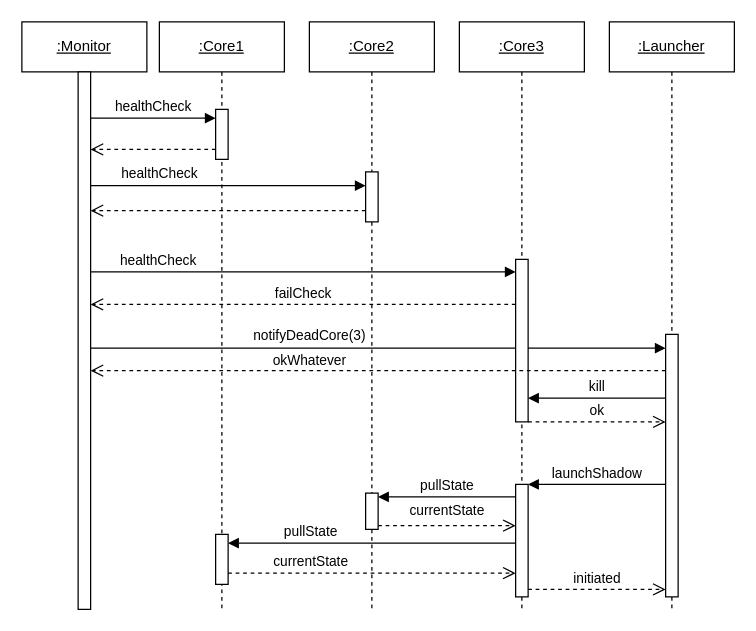
The draw.io diagram Diagrams/hotsparesequence.drawio in oskarbreindahl/Softwarebyggehygge, before the edit. Source tidied: cells renumbered, new cells numbered last; positions are measured from the earlier drawing's top-left corner, leaving out a move shared by most shapes. Both pictures are drawn from the tidied source at 125%, with x=0, y=0 at pixel (21, 21).
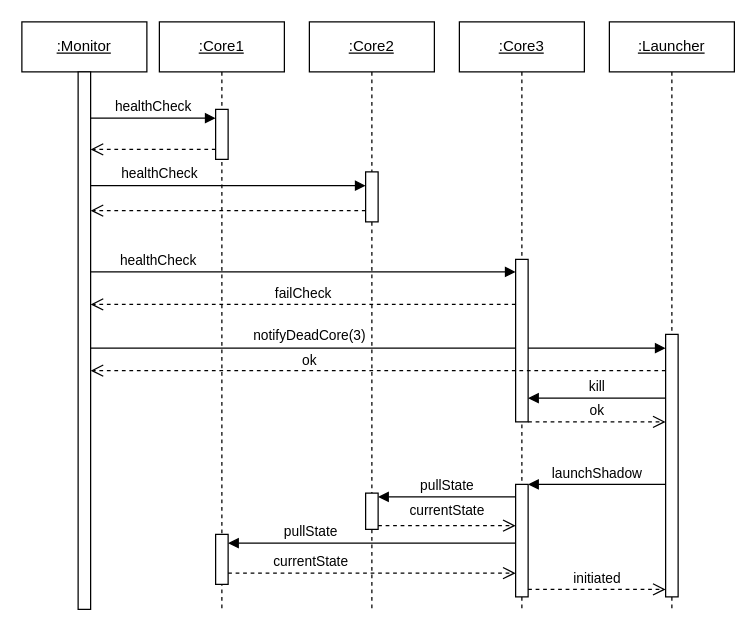
The same diagram, later.

Diff of the diagram source:
```diff
@@
-    <mxCell id="30" value="okWhatever" style="html=1;verticalAlign=bottom;endArrow=open;dashed=1;endSize=8;curved=0;rounded=0;" parent="1" edge="1">
+    <mxCell id="30" value="ok" style="html=1;verticalAlign=bottom;endArrow=open;dashed=1;endSize=8;curved=0;rounded=0;" parent="1" edge="1">
       <mxGeometry x="0.24" y="1" relative="1" as="geometry">
         <mxPoint x="515" y="279" as="sourcePoint" />
         <mxPoint x="55" y="279" as="targetPoint" />
       </mxGeometry>
     </mxCell>
```
